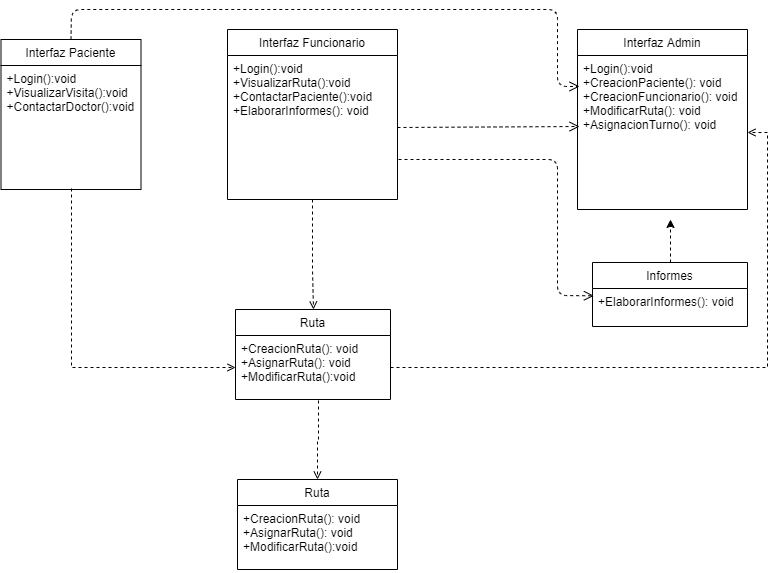
Before: Diagramas de clase/DiagramaCompleto.png, a diagram exported from draw.io (DanSotoC/G4HD). Source tidied: cells renumbered, new cells last; positions are measured from the earlier drawing's top-left corner, leaving out a move shared by most shapes.
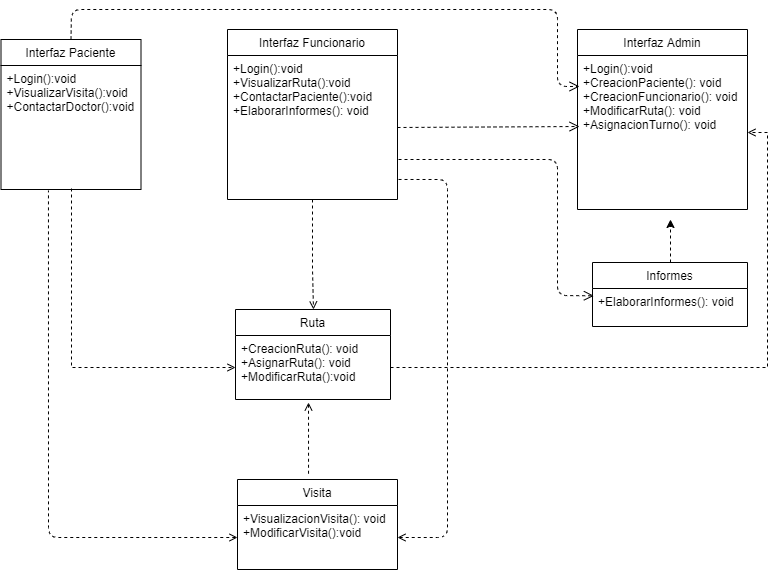
After the commit.

Change to the diagram source:
```diff
@@ -61,9 +61,6 @@
         </Array>
       </mxGeometry>
     </mxCell>
-    <mxCell id="15" style="edgeStyle=orthogonalEdgeStyle;rounded=0;jettySize=auto;html=1;entryX=0.5;entryY=0;entryDx=0;entryDy=0;dashed=1;endArrow=open;endFill=0;exitX=0.535;exitY=1.016;exitDx=0;exitDy=0;exitPerimeter=0;" parent="1" edge="1" source="17" target="20">
-      <mxGeometry relative="1" as="geometry" />
-    </mxCell>
     <mxCell id="16" value="Ruta" style="swimlane;fontStyle=0;horizontal=1;startSize=26;fillColor=none;" parent="1" vertex="1">
       <mxGeometry x="234" y="300" width="155" height="90" as="geometry" />
     </mxCell>
@@ -76,11 +73,29 @@
     <mxCell id="19" style="edgeStyle=orthogonalEdgeStyle;rounded=0;jettySize=auto;html=1;exitX=1;exitY=0.5;exitDx=0;exitDy=0;dashed=1;endArrow=open;endFill=0;entryX=1;entryY=0.5;entryDx=0;entryDy=0;" parent="1" edge="1" source="17" target="9">
       <mxGeometry relative="1" as="geometry" />
     </mxCell>
-    <mxCell id="20" value="Ruta" style="swimlane;fontStyle=0;horizontal=1;startSize=26;fillColor=none;" parent="1" vertex="1">
+    <mxCell id="20" value="Visita" style="swimlane;fontStyle=0;horizontal=1;startSize=26;fillColor=none;" parent="1" vertex="1">
       <mxGeometry x="236" y="470" width="160" height="90" as="geometry" />
     </mxCell>
-    <mxCell id="21" value="+CreacionRuta(): void&#10;+AsignarRuta(): void&#10;+ModificarRuta():void" style="text;strokeColor=none;fillColor=none;align=left;verticalAlign=top;spacingLeft=4;spacingRight=4;overflow=hidden;points=[[0,0.5],[1,0.5]];portConstraint=eastwest;" parent="20" vertex="1">
+    <mxCell id="21" value="+VisualizacionVisita(): void&#10;+ModificarVisita():void" style="text;strokeColor=none;fillColor=none;align=left;verticalAlign=top;spacingLeft=4;spacingRight=4;overflow=hidden;points=[[0,0.5],[1,0.5]];portConstraint=eastwest;" parent="20" vertex="1">
       <mxGeometry y="26" width="160" height="64" as="geometry" />
     </mxCell>
+    <mxCell id="22" style="endArrow=none;dashed=1;html=1;entryX=0.339;entryY=1.008;entryDx=0;entryDy=0;entryPerimeter=0;exitX=0;exitY=0.5;exitDx=0;exitDy=0;startArrow=open;startFill=0;" parent="1" edge="1" source="21" target="11">
+      <mxGeometry relative="1" as="geometry">
+        <Array as="points">
+          <mxPoint x="47" y="528" />
+        </Array>
+      </mxGeometry>
+    </mxCell>
+    <mxCell id="23" style="endArrow=none;dashed=1;html=1;entryX=1;entryY=0.861;entryDx=0;entryDy=0;entryPerimeter=0;exitX=1;exitY=0.5;exitDx=0;exitDy=0;startArrow=open;startFill=0;" parent="1" edge="1" source="21" target="3">
+      <mxGeometry relative="1" as="geometry">
+        <Array as="points">
+          <mxPoint x="446" y="528" />
+          <mxPoint x="446" y="170" />
+        </Array>
+      </mxGeometry>
+    </mxCell>
+    <mxCell id="15" style="endArrow=none;dashed=1;html=1;startArrow=open;startFill=0;exitX=0.471;exitY=1.047;exitDx=0;exitDy=0;exitPerimeter=0;entryX=0.444;entryY=-0.044;entryDx=0;entryDy=0;entryPerimeter=0;" parent="1" edge="1" source="17" target="20">
+      <mxGeometry relative="1" as="geometry" />
+    </mxCell>
   </root>
 </mxGraphModel>
```
